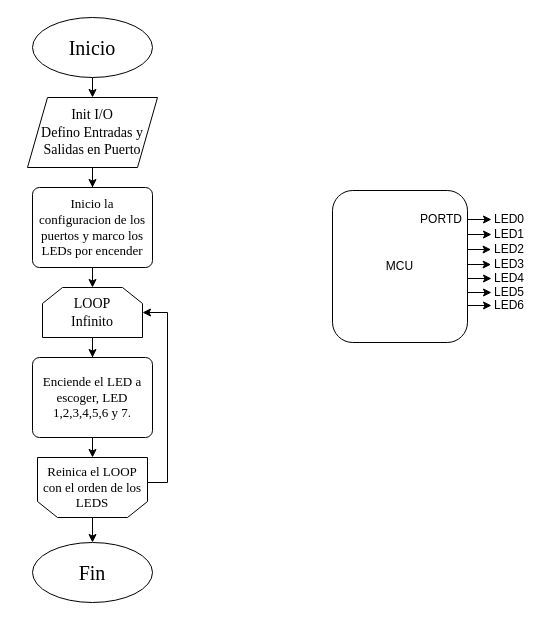
Before: Untitled Diagram.drawio in AmbrizPapo/Ambriz-Pablo, a draw.io diagram. Source tidied: cells renumbered, new cells numbered last; positions are measured from the earlier drawing's top-left corner, leaving out a move shared by most shapes. Both pictures are drawn from the tidied source at 100%, with x=0, y=0 at pixel (27, 17).
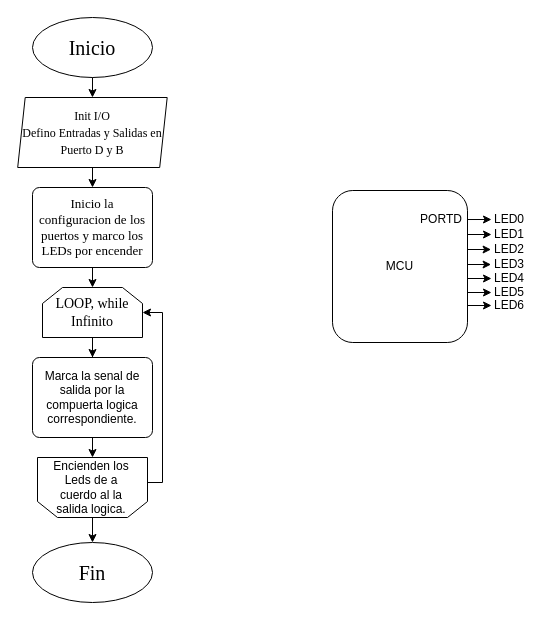
Above is the later version.

Unchanged cells that the change refers to:
```xml
<mxCell id="13" style="shape=loopLimit;whiteSpace=wrap;html=1;strokeWidth=1;size=20;rotation=-180;" parent="1" vertex="1">
  <mxGeometry x="10" y="440" width="110" height="60" as="geometry" />
</mxCell>
```

Diff of the diagram source:
```diff
@@
-    <mxCell id="5" value="&lt;div style=&quot;font-size: 14px&quot;&gt;&lt;font style=&quot;font-size: 14px&quot; face=&quot;Times New Roman&quot;&gt;Init I/O&lt;/font&gt;&lt;/div&gt;&lt;div style=&quot;font-size: 14px&quot;&gt;&lt;font style=&quot;font-size: 14px&quot; face=&quot;Times New Roman&quot;&gt;Defino Entradas y Salidas en Puerto&lt;/font&gt;&lt;br&gt;&lt;/div&gt;" style="shape=parallelogram;perimeter=parallelogramPerimeter;whiteSpace=wrap;html=1;fixedSize=1;" parent="1" vertex="1">
-      <mxGeometry y="80" width="130" height="70" as="geometry" />
+    <mxCell id="5" value="&lt;div style=&quot;font-size: 14px&quot;&gt;&lt;font style=&quot;font-size: 12px&quot; face=&quot;Times New Roman&quot;&gt;Init I/O&lt;/font&gt;&lt;/div&gt;&lt;div style=&quot;font-size: 14px&quot;&gt;&lt;font style=&quot;font-size: 12px&quot; face=&quot;Times New Roman&quot;&gt;Defino Entradas y Salidas en Puerto D y B&lt;/font&gt;&lt;br&gt;&lt;/div&gt;" style="shape=parallelogram;perimeter=parallelogramPerimeter;whiteSpace=wrap;html=1;fixedSize=1;size=7.5;" parent="1" vertex="1">
+      <mxGeometry x="-9.8" y="80" width="149.5" height="70" as="geometry" />
     </mxCell>
@@
-    <mxCell id="7" value="&lt;div style=&quot;font-size: 14px&quot;&gt;&lt;font style=&quot;font-size: 14px&quot; face=&quot;Times New Roman&quot;&gt;LOOP&lt;/font&gt;&lt;/div&gt;&lt;div style=&quot;font-size: 14px&quot;&gt;&lt;font style=&quot;font-size: 14px&quot; face=&quot;Times New Roman&quot;&gt;Infinito&lt;br&gt;&lt;/font&gt;&lt;/div&gt;" style="shape=loopLimit;whiteSpace=wrap;html=1;" parent="1" vertex="1">
+    <mxCell id="7" value="&lt;div style=&quot;font-size: 14px&quot;&gt;&lt;font style=&quot;font-size: 14px&quot; face=&quot;Times New Roman&quot;&gt;LOOP, while&lt;br&gt;&lt;/font&gt;&lt;/div&gt;&lt;div style=&quot;font-size: 14px&quot;&gt;&lt;font style=&quot;font-size: 14px&quot; face=&quot;Times New Roman&quot;&gt;Infinito&lt;br&gt;&lt;/font&gt;&lt;/div&gt;" style="shape=loopLimit;whiteSpace=wrap;html=1;" parent="1" vertex="1">
       <mxGeometry x="15" y="270" width="100" height="50" as="geometry" />
     </mxCell>
-    <mxCell id="8" value="&lt;font style=&quot;font-size: 13px&quot; face=&quot;Times New Roman&quot;&gt;Enciende el LED a escoger, LED 1,2,3,4,5,6 y 7.&lt;br&gt;&lt;/font&gt;" style="rounded=1;whiteSpace=wrap;html=1;absoluteArcSize=1;arcSize=14;strokeWidth=1;" parent="1" vertex="1">
+    <mxCell id="8" value="Marca la senal de salida por la compuerta logica correspondiente." style="rounded=1;whiteSpace=wrap;html=1;absoluteArcSize=1;arcSize=14;strokeWidth=1;" parent="1" vertex="1">
       <mxGeometry x="5" y="340" width="120" height="80" as="geometry" />
     </mxCell>
@@
-    <mxCell id="14" style="edgeStyle=orthogonalEdgeStyle;rounded=0;jettySize=auto;html=1;exitX=1;exitY=0.25;exitDx=0;exitDy=0;entryX=1;entryY=0.5;entryDx=0;entryDy=0;" parent="1" edge="1" source="15" target="7">
-      <mxGeometry relative="1" as="geometry" />
+    <mxCell id="14" style="edgeStyle=orthogonalEdgeStyle;rounded=0;jettySize=auto;html=1;entryX=1;entryY=0.5;entryDx=0;entryDy=0;exitX=0;exitY=0.583;exitDx=0;exitDy=0;exitPerimeter=0;" parent="1" edge="1" source="13" target="7">
+      <mxGeometry relative="1" as="geometry">
+        <Array as="points">
+          <mxPoint x="135" y="465" />
+          <mxPoint x="135" y="295" />
+        </Array>
+      </mxGeometry>
     </mxCell>
-    <mxCell id="15" value="&lt;font style=&quot;font-size: 13px&quot; face=&quot;Times New Roman&quot;&gt;Reinica el LOOP con el orden de los LEDS&lt;/font&gt;" style="text;html=1;strokeColor=none;fillColor=none;align=center;verticalAlign=middle;whiteSpace=wrap;rounded=0;" parent="1" vertex="1">
-      <mxGeometry x="10" y="460" width="110" height="20" as="geometry" />
+    <mxCell id="15" value="Encienden los Leds de a cuerdo al la salida logica." style="text;html=1;strokeColor=none;fillColor=none;align=center;verticalAlign=middle;whiteSpace=wrap;rounded=0;" parent="1" vertex="1">
+      <mxGeometry x="18" y="460" width="92" height="19" as="geometry" />
     </mxCell>
```
